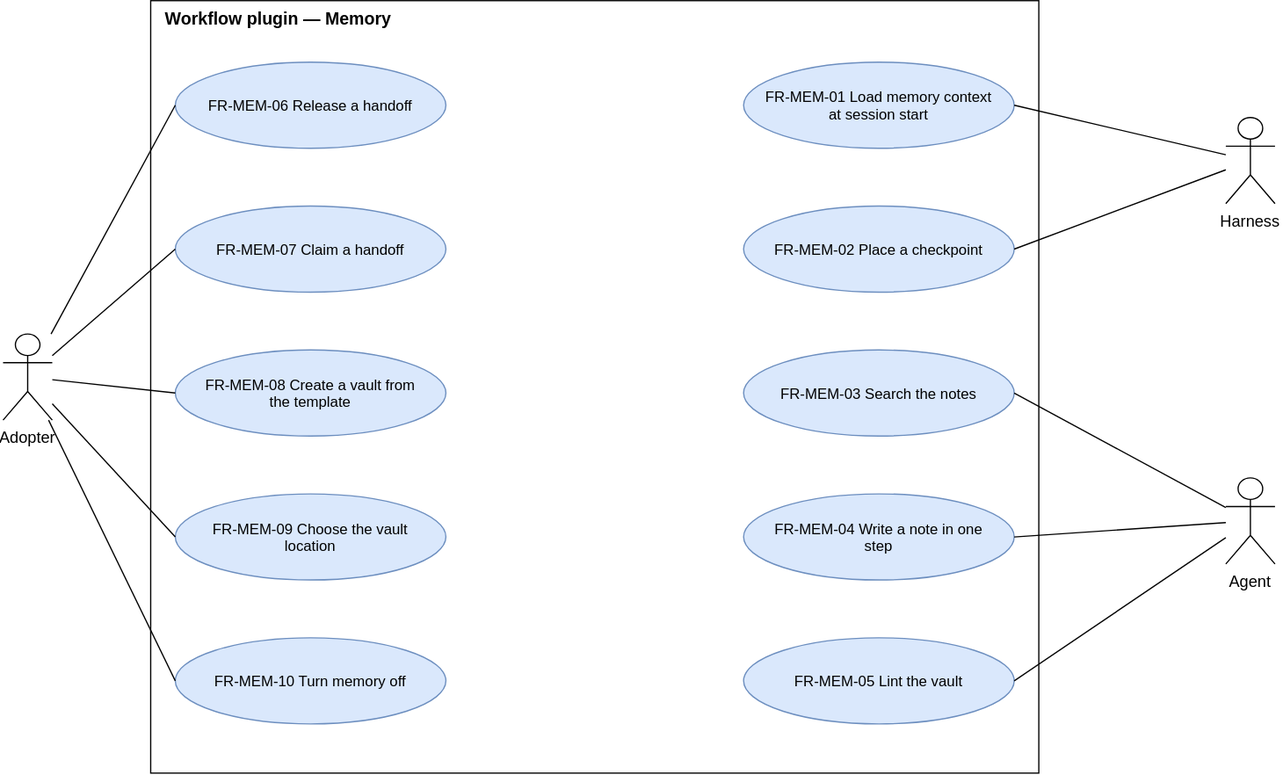
The draw.io diagram docs/requirements/diagrams/use-cases-memory.drawio.svg in ATNexusLab/tightship, before a commit. Source tidied: cells renumbered, new cells last; positions are measured from the earlier drawing's top-left corner, leaving out a move shared by most shapes.
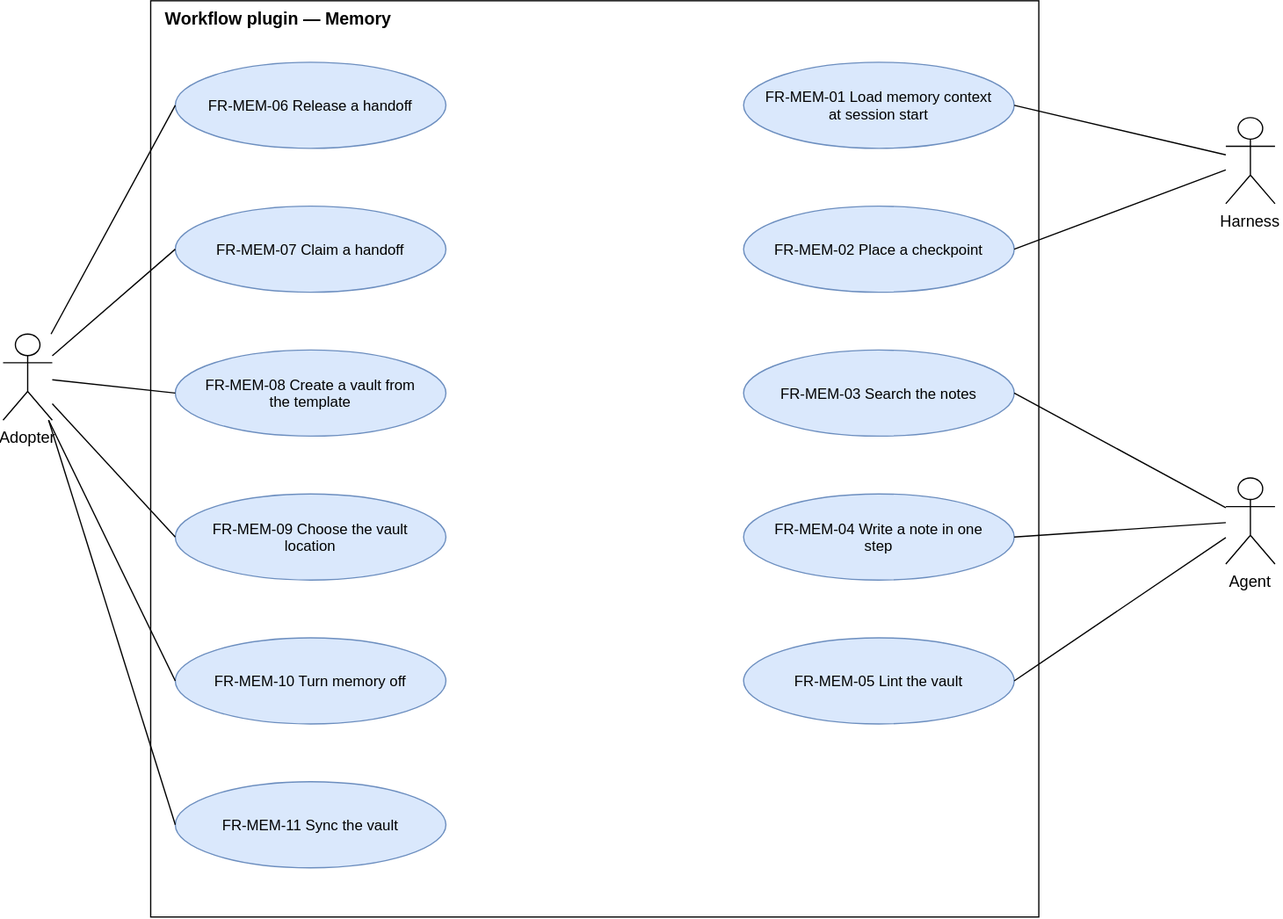
Later version of the same file.

What changed in the source:
```diff
@@ -3,7 +3,7 @@
     <mxCell id="0" />
     <mxCell id="1" parent="0" />
     <mxCell id="2" value="Workflow plugin — Memory" style="rounded=0;fillColor=none;verticalAlign=top;align=left;spacingLeft=10;fontStyle=1;fontSize=14;html=0;" parent="1" vertex="1">
-      <mxGeometry x="120" width="722" height="628" as="geometry" />
+      <mxGeometry x="120" width="722" height="745" as="geometry" />
     </mxCell>
     <mxCell id="3" value="FR-MEM-06 Release a handoff" style="ellipse;fontSize=12;fillColor=#dae8fc;strokeColor=#6c8ebf;html=0;" parent="1" vertex="1">
       <mxGeometry x="140" y="50" width="220" height="70" as="geometry" />
@@ -74,5 +74,11 @@
     <mxCell id="25" style="endArrow=none;entryX=1;entryY=0.5;html=0;fontSize=11;labelBackgroundColor=#ffffff;" parent="1" edge="1" source="22" target="12">
       <mxGeometry relative="1" as="geometry" />
     </mxCell>
+    <mxCell id="26" value="FR-MEM-11 Sync the vault" style="ellipse;fontSize=12;fillColor=#dae8fc;strokeColor=#6c8ebf;html=0;" parent="1" vertex="1">
+      <mxGeometry x="140" y="635" width="220" height="70" as="geometry" />
+    </mxCell>
+    <mxCell id="27" style="endArrow=none;entryX=0;entryY=0.5;html=0;fontSize=11;labelBackgroundColor=#ffffff;" parent="1" edge="1" source="13" target="26">
+      <mxGeometry relative="1" as="geometry" />
+    </mxCell>
   </root>
 </mxGraphModel>
```
